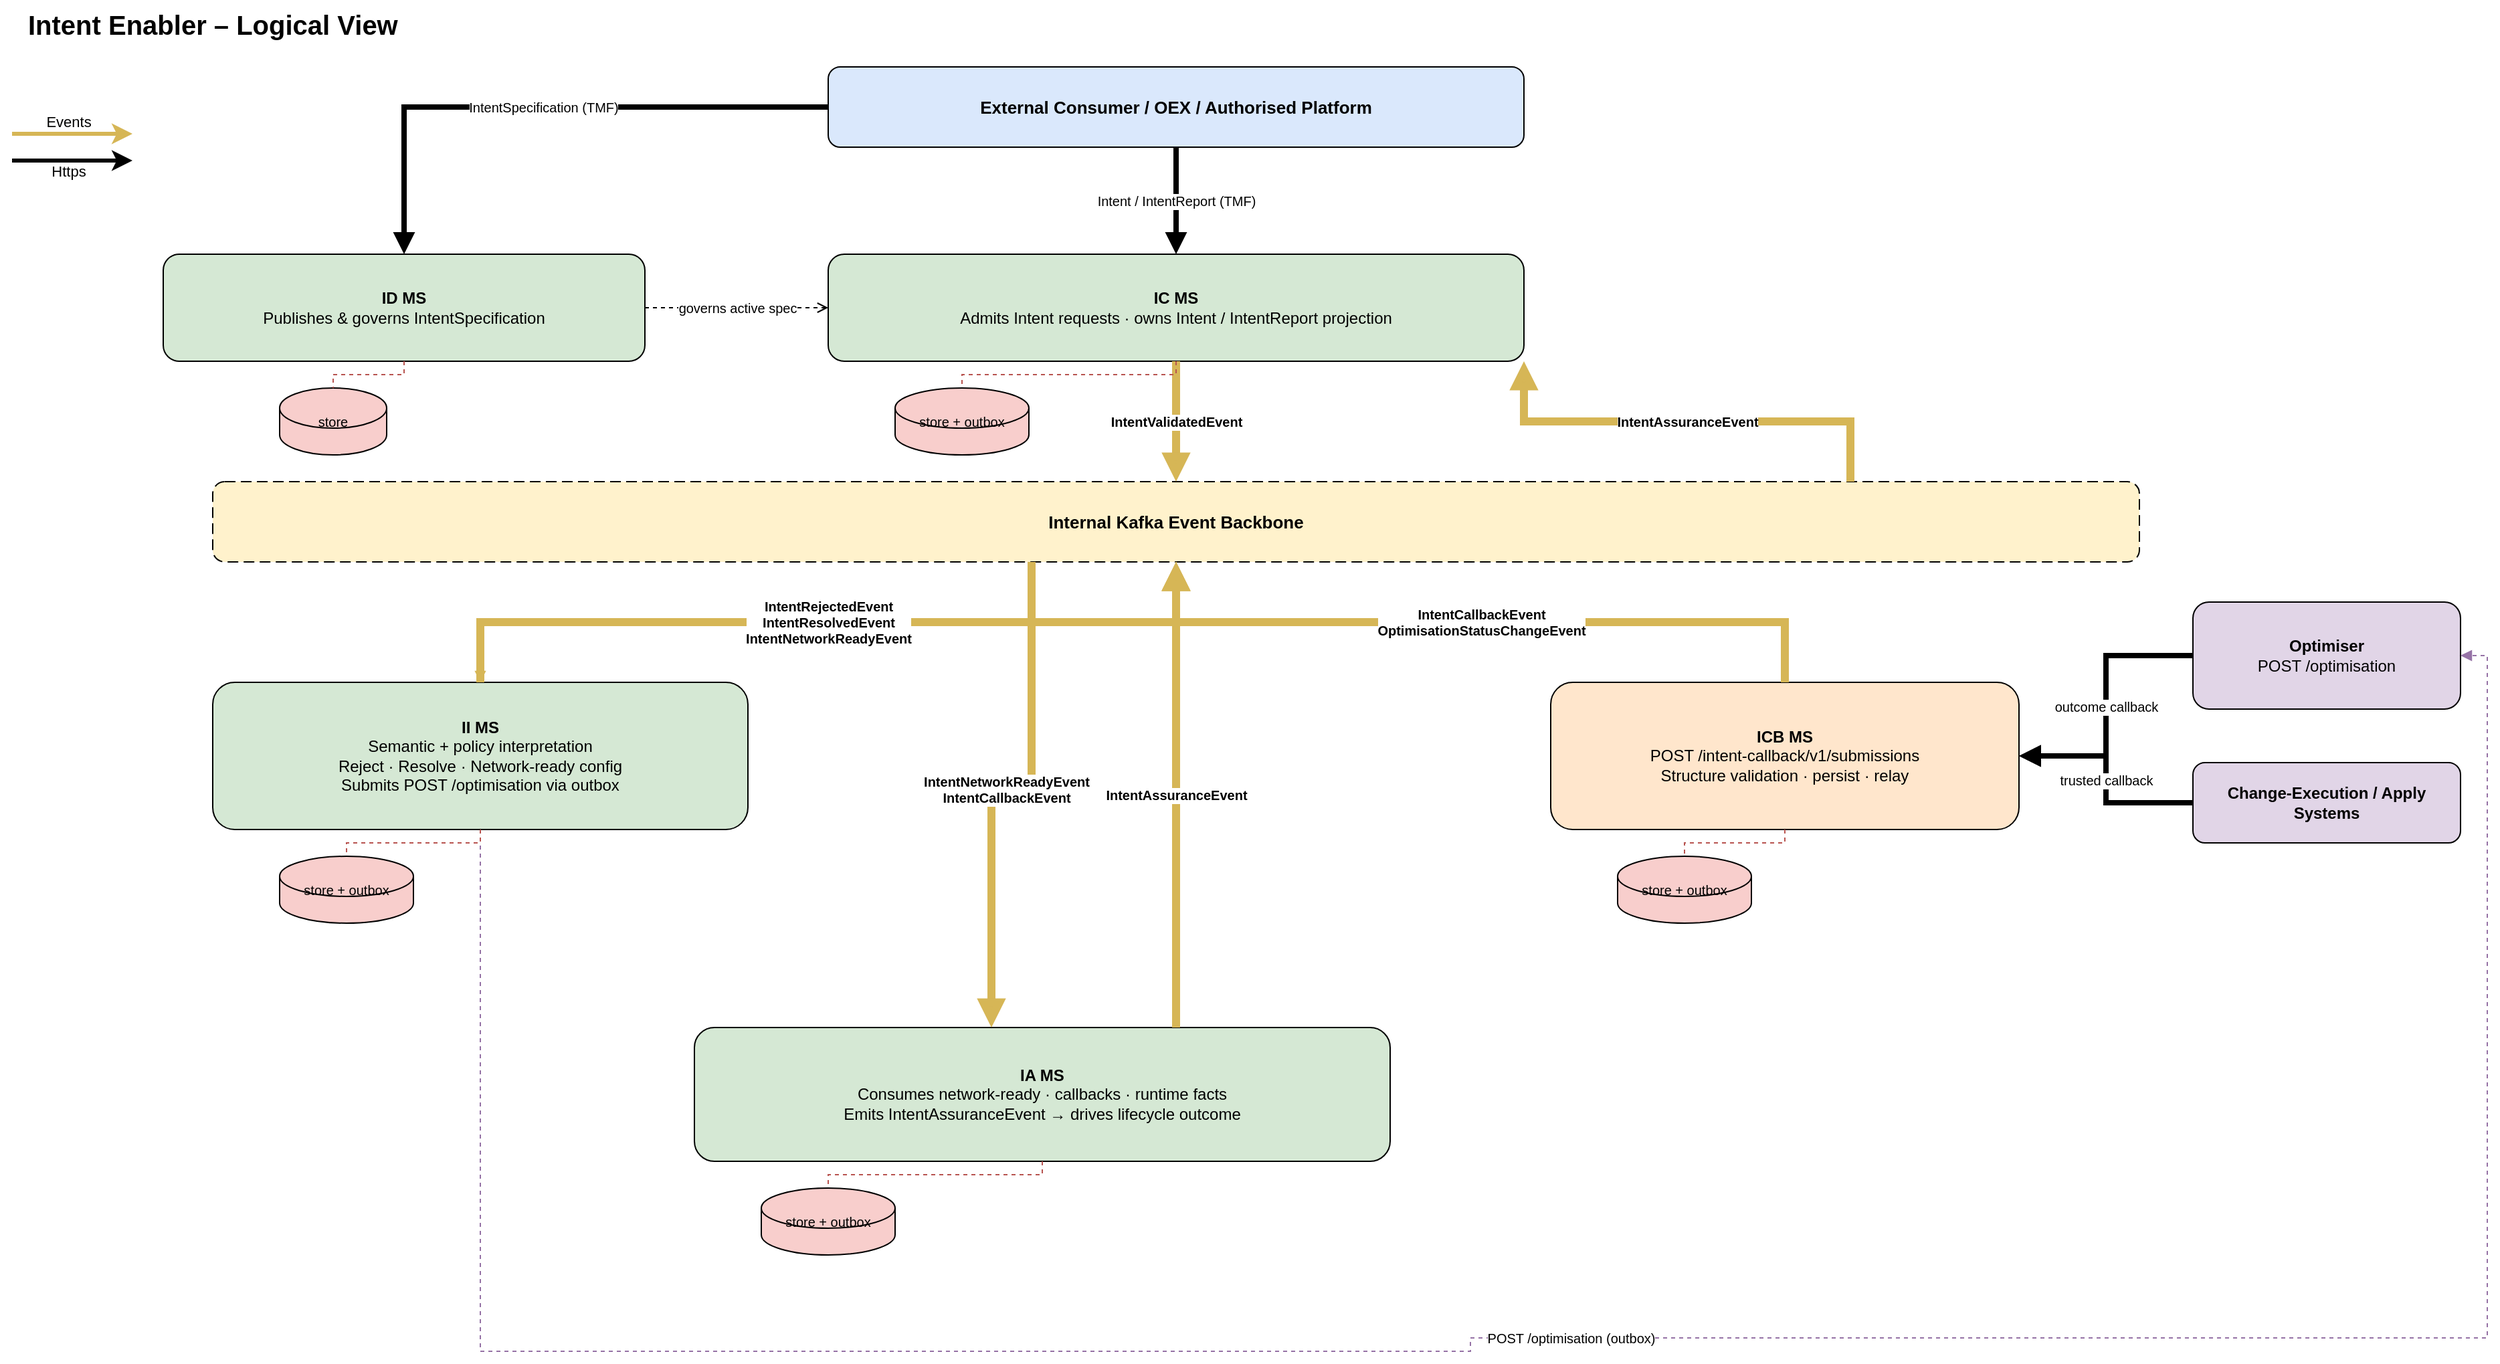
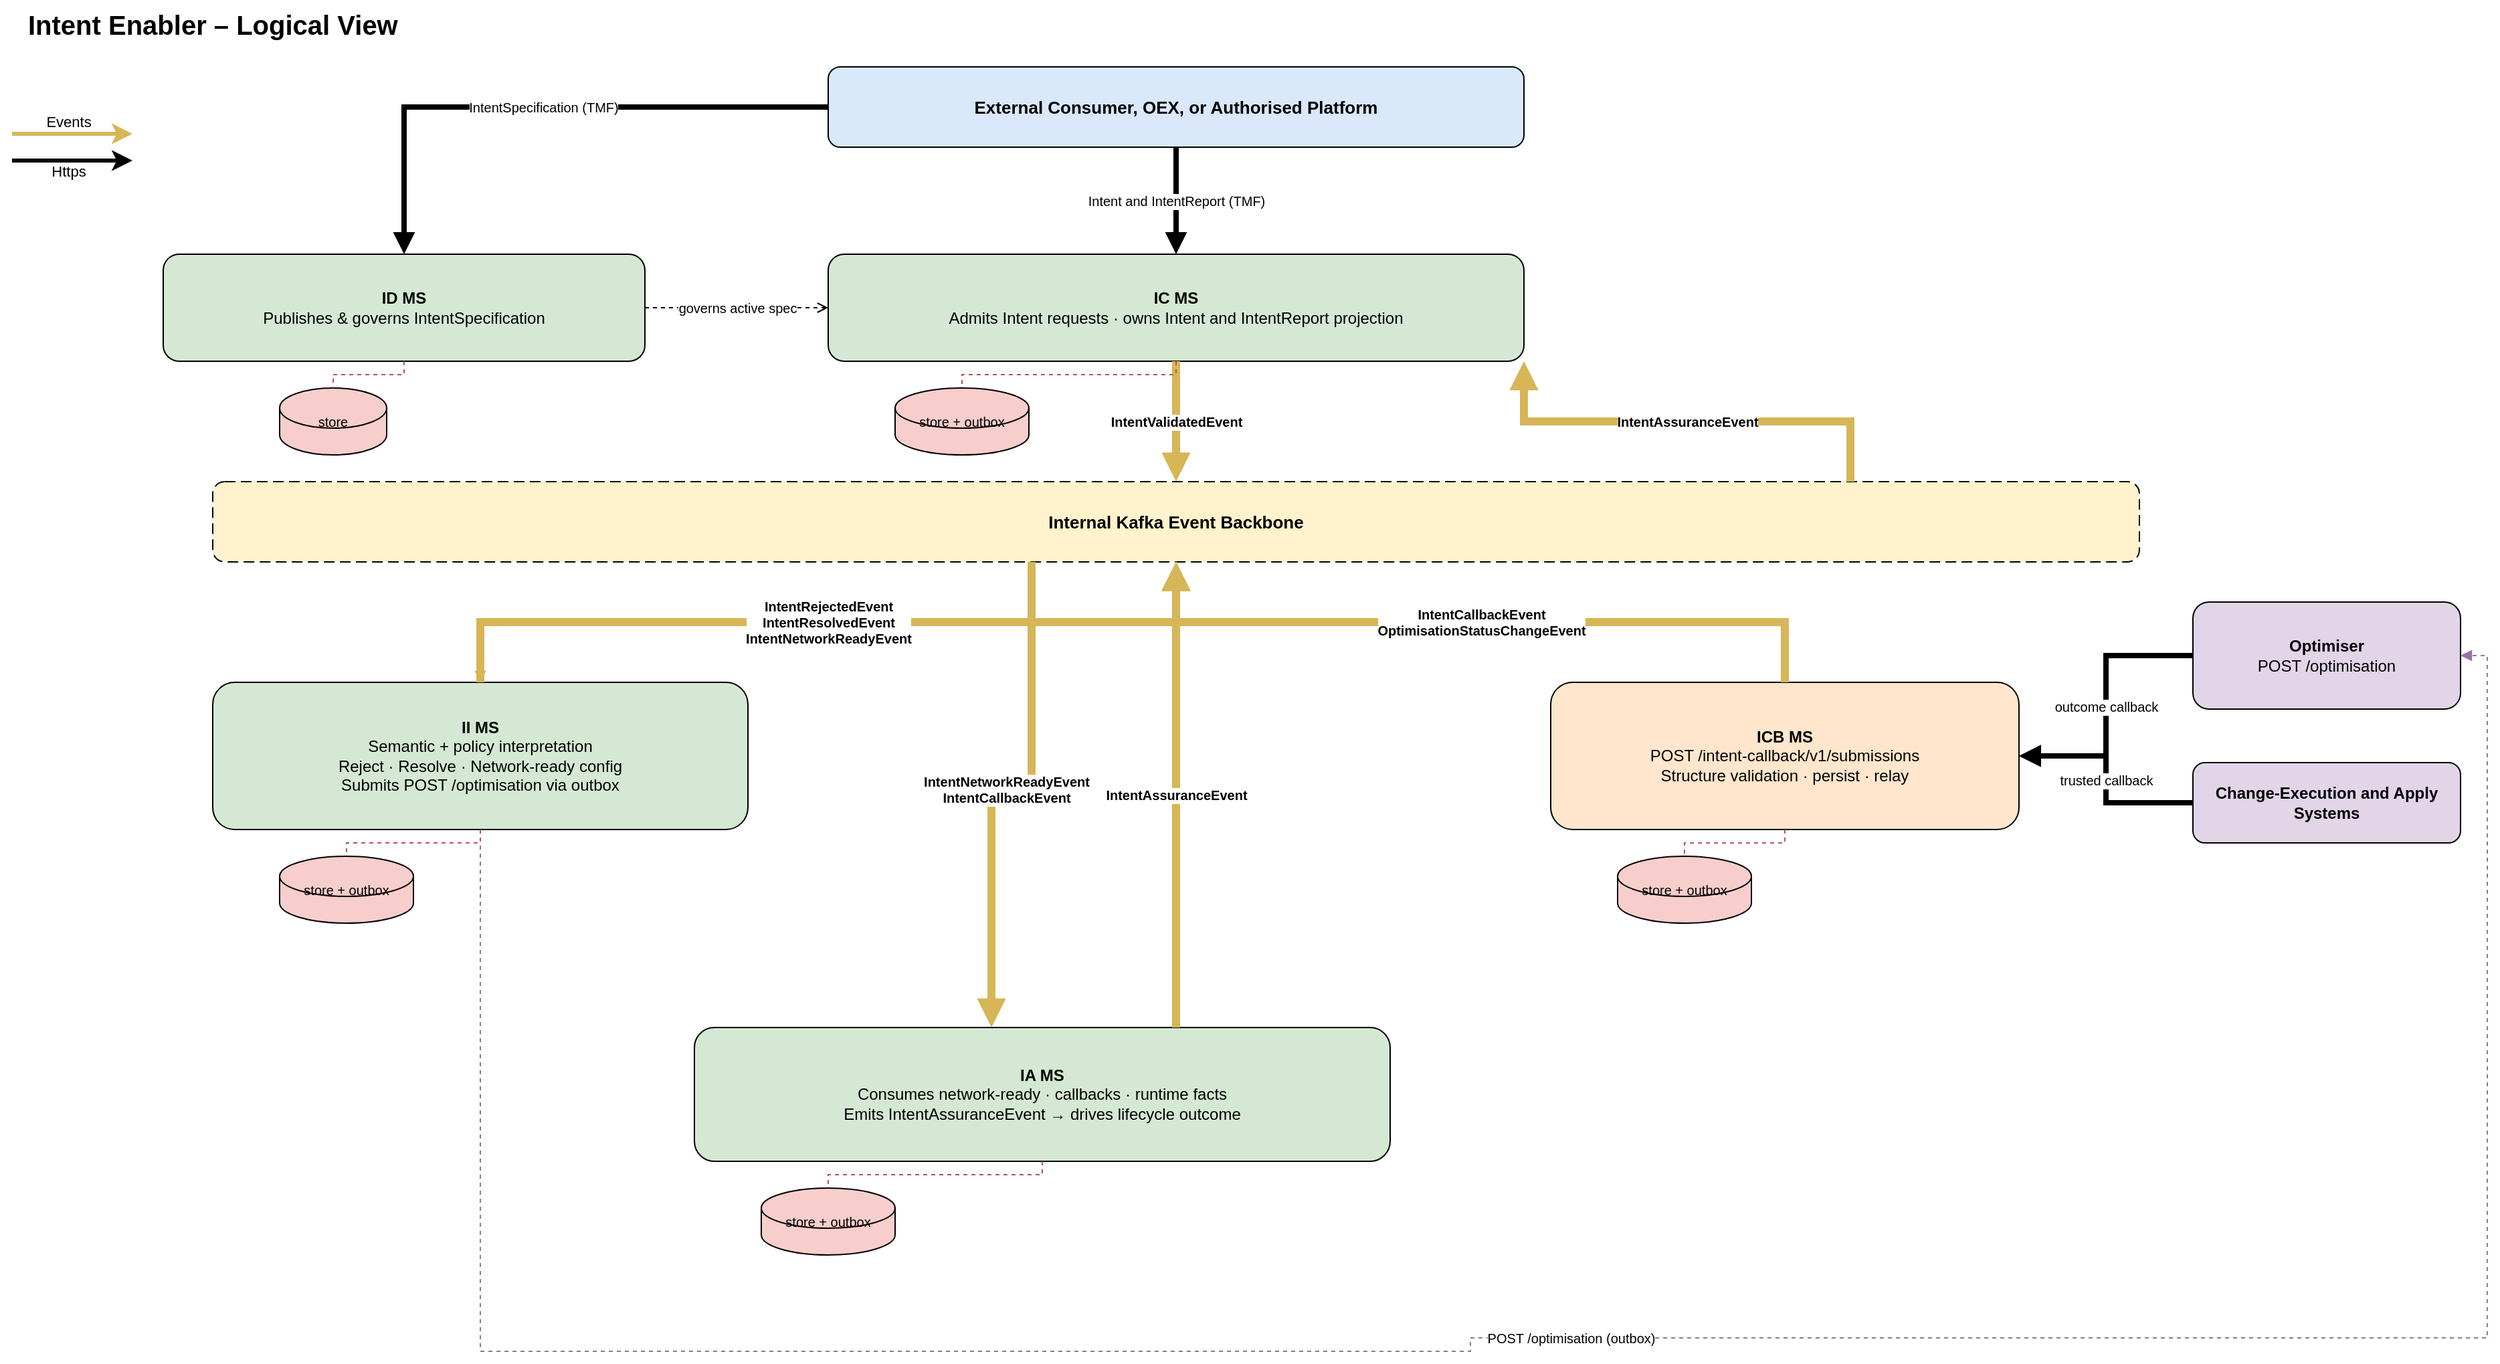
<mxfile host="65bd71144e">
    <diagram id="intent-enabler-logical-view-v3" name="Intent Enabler Logical View">
        <mxGraphModel dx="552" dy="638" grid="1" gridSize="10" guides="1" tooltips="1" connect="1" arrows="1" fold="1" page="1" pageScale="1" pageWidth="1920" pageHeight="1400" math="0" shadow="0" adaptiveColors="none">
            <root>
                <mxCell id="0"/>
                <mxCell id="1" parent="0"/>
                <mxCell id="title" value="Intent Enabler – Logical View" style="text;html=1;strokeColor=none;fillColor=none;align=left;fontSize=20;fontStyle=1;container=0;" parent="1" vertex="1">
                    <mxGeometry x="60" y="30" width="500" height="36" as="geometry"/>
                </mxCell>
-                 <mxCell id="ext" value="External Consumer / OEX / Authorised Platform" style="rounded=1;whiteSpace=wrap;html=1;fillColor=#dae8fc;strokeColor=default;fontStyle=1;fontSize=13;container=0;" parent="1" vertex="1">
+                 <mxCell id="ext" value="External Consumer, OEX, or Authorised Platform" style="rounded=1;whiteSpace=wrap;html=1;fillColor=#dae8fc;strokeColor=default;fontStyle=1;fontSize=13;container=0;" parent="1" vertex="1">
                    <mxGeometry x="660" y="80" width="520" height="60" as="geometry"/>
                </mxCell>
                <mxCell id="id-ms" value="&lt;b&gt;ID MS&lt;/b&gt;&lt;br/&gt;Publishes &amp; governs IntentSpecification" style="rounded=1;whiteSpace=wrap;html=1;fillColor=#d5e8d4;strokeColor=default;fontSize=12;container=0;" parent="1" vertex="1">
                    <mxGeometry x="163" y="220" width="360" height="80" as="geometry"/>
                </mxCell>
-                 <mxCell id="ic-ms" value="&lt;b&gt;IC MS&lt;/b&gt;&lt;br/&gt;Admits Intent requests · owns Intent / IntentReport projection" style="rounded=1;whiteSpace=wrap;html=1;fillColor=#d5e8d4;strokeColor=default;fontSize=12;container=0;" parent="1" vertex="1">
+                 <mxCell id="ic-ms" value="&lt;b&gt;IC MS&lt;/b&gt;&lt;br/&gt;Admits Intent requests · owns Intent and IntentReport projection" style="rounded=1;whiteSpace=wrap;html=1;fillColor=#d5e8d4;strokeColor=default;fontSize=12;container=0;" parent="1" vertex="1">
                    <mxGeometry x="660" y="220" width="520" height="80" as="geometry"/>
                </mxCell>
                <mxCell id="kafka" value="Internal Kafka Event Backbone" style="rounded=1;whiteSpace=wrap;html=1;fillColor=#fff2cc;strokeColor=default;dashed=1;dashPattern=8 4;fontStyle=1;fontSize=13;container=0;" parent="1" vertex="1">
                    <mxGeometry x="200" y="390" width="1440" height="60" as="geometry"/>
                </mxCell>
                <mxCell id="ii-ms" value="&lt;b&gt;II MS&lt;/b&gt;&lt;br/&gt;Semantic + policy interpretation&lt;br/&gt;Reject · Resolve · Network-ready config&lt;br/&gt;Submits POST /optimisation via outbox" style="rounded=1;whiteSpace=wrap;html=1;fillColor=#d5e8d4;strokeColor=default;fontSize=12;container=0;" parent="1" vertex="1">
                    <mxGeometry x="200" y="540" width="400" height="110" as="geometry"/>
                </mxCell>
                <mxCell id="icb-ms" value="&lt;b&gt;ICB MS&lt;/b&gt;&lt;br/&gt;POST /intent-callback/v1/submissions&lt;br/&gt;Structure validation · persist · relay" style="rounded=1;whiteSpace=wrap;html=1;fillColor=#ffe6cc;strokeColor=default;fontSize=12;container=0;" parent="1" vertex="1">
                    <mxGeometry x="1200" y="540" width="350" height="110" as="geometry"/>
                </mxCell>
                <mxCell id="ia-ms" value="&lt;b&gt;IA MS&lt;/b&gt;&lt;br/&gt;Consumes network-ready · callbacks · runtime facts&lt;br/&gt;Emits IntentAssuranceEvent → drives lifecycle outcome" style="rounded=1;whiteSpace=wrap;html=1;fillColor=#d5e8d4;strokeColor=default;fontSize=12;container=0;" parent="1" vertex="1">
                    <mxGeometry x="560" y="798" width="520" height="100" as="geometry"/>
                </mxCell>
                <mxCell id="optimiser" value="&lt;b&gt;Optimiser&lt;/b&gt;&lt;br/&gt;POST /optimisation" style="rounded=1;whiteSpace=wrap;html=1;fillColor=#e1d5e7;strokeColor=default;fontSize=12;container=0;" parent="1" vertex="1">
                    <mxGeometry x="1680" y="480" width="200" height="80" as="geometry"/>
                </mxCell>
-                 <mxCell id="change-sys" value="&lt;b&gt;Change-Execution / Apply Systems&lt;/b&gt;" style="rounded=1;whiteSpace=wrap;html=1;fillColor=#e1d5e7;strokeColor=default;fontSize=12;container=0;" parent="1" vertex="1">
+                 <mxCell id="change-sys" value="&lt;b&gt;Change-Execution and Apply Systems&lt;/b&gt;" style="rounded=1;whiteSpace=wrap;html=1;fillColor=#e1d5e7;strokeColor=default;fontSize=12;container=0;" parent="1" vertex="1">
                    <mxGeometry x="1680" y="600" width="200" height="60" as="geometry"/>
                </mxCell>
                <mxCell id="id-db" value="store" style="shape=cylinder3;whiteSpace=wrap;html=1;fillColor=#f8cecc;strokeColor=default;fontSize=10;container=0;" parent="1" vertex="1">
                    <mxGeometry x="250" y="320" width="80" height="50" as="geometry"/>
                </mxCell>
                <mxCell id="ic-db" value="store + outbox" style="shape=cylinder3;whiteSpace=wrap;html=1;fillColor=#f8cecc;strokeColor=default;fontSize=10;container=0;" parent="1" vertex="1">
                    <mxGeometry x="710" y="320" width="100" height="50" as="geometry"/>
                </mxCell>
                <mxCell id="ii-db" value="store + outbox" style="shape=cylinder3;whiteSpace=wrap;html=1;fillColor=#f8cecc;strokeColor=default;fontSize=10;container=0;" parent="1" vertex="1">
                    <mxGeometry x="250" y="670" width="100" height="50" as="geometry"/>
                </mxCell>
                <mxCell id="icb-db" value="store + outbox" style="shape=cylinder3;whiteSpace=wrap;html=1;fillColor=#f8cecc;strokeColor=default;fontSize=10;container=0;" parent="1" vertex="1">
                    <mxGeometry x="1250" y="670" width="100" height="50" as="geometry"/>
                </mxCell>
                <mxCell id="ia-db" value="store + outbox" style="shape=cylinder3;whiteSpace=wrap;html=1;fillColor=#f8cecc;strokeColor=default;fontSize=10;container=0;" parent="1" vertex="1">
                    <mxGeometry x="610" y="918" width="100" height="50" as="geometry"/>
                </mxCell>
                <mxCell id="e1" value="IntentSpecification (TMF)" style="edgeStyle=orthogonalEdgeStyle;rounded=0;html=1;endArrow=block;endFill=1;fontSize=10;strokeWidth=4;" parent="1" source="ext" target="id-ms" edge="1">
                    <mxGeometry relative="1" as="geometry"/>
                </mxCell>
-                 <mxCell id="e2" value="Intent / IntentReport (TMF)" style="edgeStyle=orthogonalEdgeStyle;rounded=0;html=1;endArrow=block;endFill=1;fontSize=10;strokeWidth=4;" parent="1" source="ext" target="ic-ms" edge="1">
+                 <mxCell id="e2" value="Intent and IntentReport (TMF)" style="edgeStyle=orthogonalEdgeStyle;rounded=0;html=1;endArrow=block;endFill=1;fontSize=10;strokeWidth=4;" parent="1" source="ext" target="ic-ms" edge="1">
                    <mxGeometry relative="1" as="geometry"/>
                </mxCell>
                <mxCell id="e3" value="governs active spec" style="edgeStyle=orthogonalEdgeStyle;rounded=0;html=1;endArrow=open;endFill=0;dashed=1;fontSize=10;" parent="1" source="id-ms" target="ic-ms" edge="1">
                    <mxGeometry relative="1" as="geometry"/>
                </mxCell>
                <mxCell id="e4" value="IntentValidatedEvent" style="edgeStyle=orthogonalEdgeStyle;rounded=0;html=1;endArrow=block;endFill=1;strokeColor=#d6b656;fontStyle=1;fontSize=10;strokeWidth=6;" parent="1" source="ic-ms" target="kafka" edge="1">
                    <mxGeometry relative="1" as="geometry"/>
                </mxCell>
                <mxCell id="e5" value="IntentValidatedEvent" style="edgeStyle=orthogonalEdgeStyle;rounded=0;html=1;endArrow=block;endFill=1;strokeColor=#d6b656;fontStyle=1;fontSize=10;" parent="1" source="kafka" target="ii-ms" edge="1">
                    <mxGeometry relative="1" as="geometry"/>
                </mxCell>
                <mxCell id="e6" value="IntentRejectedEvent&#xa;IntentResolvedEvent&#xa;IntentNetworkReadyEvent" style="edgeStyle=orthogonalEdgeStyle;rounded=0;html=1;endArrow=block;endFill=1;strokeColor=#d6b656;fontStyle=1;fontSize=10;strokeWidth=6;" parent="1" source="ii-ms" target="kafka" edge="1">
                    <mxGeometry relative="1" as="geometry"/>
                </mxCell>
                <mxCell id="e7" value="IntentNetworkReadyEvent&#xa;IntentCallbackEvent" style="edgeStyle=orthogonalEdgeStyle;rounded=0;html=1;endArrow=block;endFill=1;strokeColor=#d6b656;fontStyle=1;fontSize=10;strokeWidth=6;" parent="1" edge="1">
                    <mxGeometry relative="1" as="geometry">
                        <mxPoint x="812" y="450" as="sourcePoint"/>
                        <mxPoint x="782" y="798" as="targetPoint"/>
                        <Array as="points">
                            <mxPoint x="812" y="620"/>
                            <mxPoint x="782" y="620"/>
                        </Array>
                    </mxGeometry>
                </mxCell>
                <mxCell id="e8" value="IntentAssuranceEvent" style="edgeStyle=orthogonalEdgeStyle;rounded=0;html=1;endArrow=block;endFill=1;strokeColor=#d6b656;fontStyle=1;fontSize=10;strokeWidth=6;" parent="1" source="ia-ms" target="kafka" edge="1">
                    <mxGeometry relative="1" as="geometry">
                        <Array as="points">
                            <mxPoint x="920" y="730"/>
                            <mxPoint x="920" y="730"/>
                        </Array>
                        <mxPoint as="offset"/>
                    </mxGeometry>
                </mxCell>
                <mxCell id="e9" value="IntentAssuranceEvent" style="edgeStyle=orthogonalEdgeStyle;rounded=0;html=1;endArrow=block;endFill=1;strokeColor=#d6b656;fontStyle=1;fontSize=10;exitX=0.85;exitY=0;exitDx=0;exitDy=0;entryX=1;entryY=1;entryDx=0;entryDy=0;strokeWidth=6;" parent="1" source="kafka" target="ic-ms" edge="1">
                    <mxGeometry relative="1" as="geometry"/>
                </mxCell>
                <mxCell id="e10" value="IntentCallbackEvent&#xa;OptimisationStatusChangeEvent" style="edgeStyle=orthogonalEdgeStyle;rounded=0;html=1;endArrow=block;endFill=1;strokeColor=#d6b656;fontStyle=1;fontSize=10;strokeWidth=6;" parent="1" source="icb-ms" target="kafka" edge="1">
                    <mxGeometry relative="1" as="geometry"/>
                </mxCell>
                <mxCell id="e11" value="outcome callback" style="edgeStyle=orthogonalEdgeStyle;rounded=0;html=1;endArrow=block;endFill=1;fontSize=10;strokeWidth=4;" parent="1" source="optimiser" target="icb-ms" edge="1">
                    <mxGeometry relative="1" as="geometry"/>
                </mxCell>
                <mxCell id="e12" value="trusted callback" style="edgeStyle=orthogonalEdgeStyle;rounded=0;html=1;endArrow=block;endFill=1;fontSize=10;strokeWidth=4;" parent="1" source="change-sys" target="icb-ms" edge="1">
                    <mxGeometry relative="1" as="geometry"/>
                </mxCell>
                <mxCell id="e13" value="POST /optimisation (outbox)" style="edgeStyle=orthogonalEdgeStyle;rounded=0;html=1;endArrow=block;endFill=1;dashed=1;strokeColor=#9673a6;fontSize=10;" parent="1" source="ii-ms" target="optimiser" edge="1">
                    <mxGeometry relative="1" as="geometry">
                        <Array as="points">
                            <mxPoint x="400" y="1040"/>
                            <mxPoint x="1140" y="1040"/>
                            <mxPoint x="1140" y="1030"/>
                            <mxPoint x="1900" y="1030"/>
                            <mxPoint x="1900" y="520"/>
                        </Array>
                    </mxGeometry>
                </mxCell>
                <mxCell id="db1" style="edgeStyle=orthogonalEdgeStyle;rounded=0;html=1;endArrow=none;dashed=1;strokeColor=#b85450;" parent="1" source="id-ms" target="id-db" edge="1">
                    <mxGeometry relative="1" as="geometry"/>
                </mxCell>
                <mxCell id="db2" style="edgeStyle=orthogonalEdgeStyle;rounded=0;html=1;endArrow=none;dashed=1;strokeColor=#b85450;" parent="1" source="ic-ms" target="ic-db" edge="1">
                    <mxGeometry relative="1" as="geometry"/>
                </mxCell>
                <mxCell id="db3" style="edgeStyle=orthogonalEdgeStyle;rounded=0;html=1;endArrow=none;dashed=1;strokeColor=#b85450;" parent="1" source="ii-ms" target="ii-db" edge="1">
                    <mxGeometry relative="1" as="geometry"/>
                </mxCell>
                <mxCell id="db4" style="edgeStyle=orthogonalEdgeStyle;rounded=0;html=1;endArrow=none;dashed=1;strokeColor=#b85450;" parent="1" source="icb-ms" target="icb-db" edge="1">
                    <mxGeometry relative="1" as="geometry"/>
                </mxCell>
                <mxCell id="db5" style="edgeStyle=orthogonalEdgeStyle;rounded=0;html=1;endArrow=none;dashed=1;strokeColor=#b85450;" parent="1" source="ia-ms" target="ia-db" edge="1">
                    <mxGeometry relative="1" as="geometry"/>
                </mxCell>
                <mxCell id="2" value="" style="endArrow=classic;html=1;fillColor=#fff2cc;strokeColor=#d6b656;strokeWidth=3;" parent="1" edge="1">
                    <mxGeometry width="50" height="50" relative="1" as="geometry">
                        <mxPoint x="50" y="130" as="sourcePoint"/>
                        <mxPoint x="140" y="130" as="targetPoint"/>
                    </mxGeometry>
                </mxCell>
                <mxCell id="3" value="Events" style="edgeLabel;html=1;align=center;verticalAlign=middle;resizable=0;points=[];" parent="2" vertex="1" connectable="0">
                    <mxGeometry x="-0.0667" y="-1" relative="1" as="geometry">
                        <mxPoint y="-10" as="offset"/>
                    </mxGeometry>
                </mxCell>
                <mxCell id="4" value="" style="endArrow=classic;html=1;strokeWidth=3;" parent="1" edge="1">
                    <mxGeometry width="50" height="50" relative="1" as="geometry">
                        <mxPoint x="50" y="150" as="sourcePoint"/>
                        <mxPoint x="140" y="150" as="targetPoint"/>
                        <Array as="points">
                            <mxPoint x="90" y="150"/>
                        </Array>
                    </mxGeometry>
                </mxCell>
                <mxCell id="5" value="Https" style="edgeLabel;html=1;align=center;verticalAlign=middle;resizable=0;points=[];" parent="4" vertex="1" connectable="0">
                    <mxGeometry x="-0.0667" y="-1" relative="1" as="geometry">
                        <mxPoint y="7" as="offset"/>
                    </mxGeometry>
                </mxCell>
            </root>
        </mxGraphModel>
    </diagram>
</mxfile>